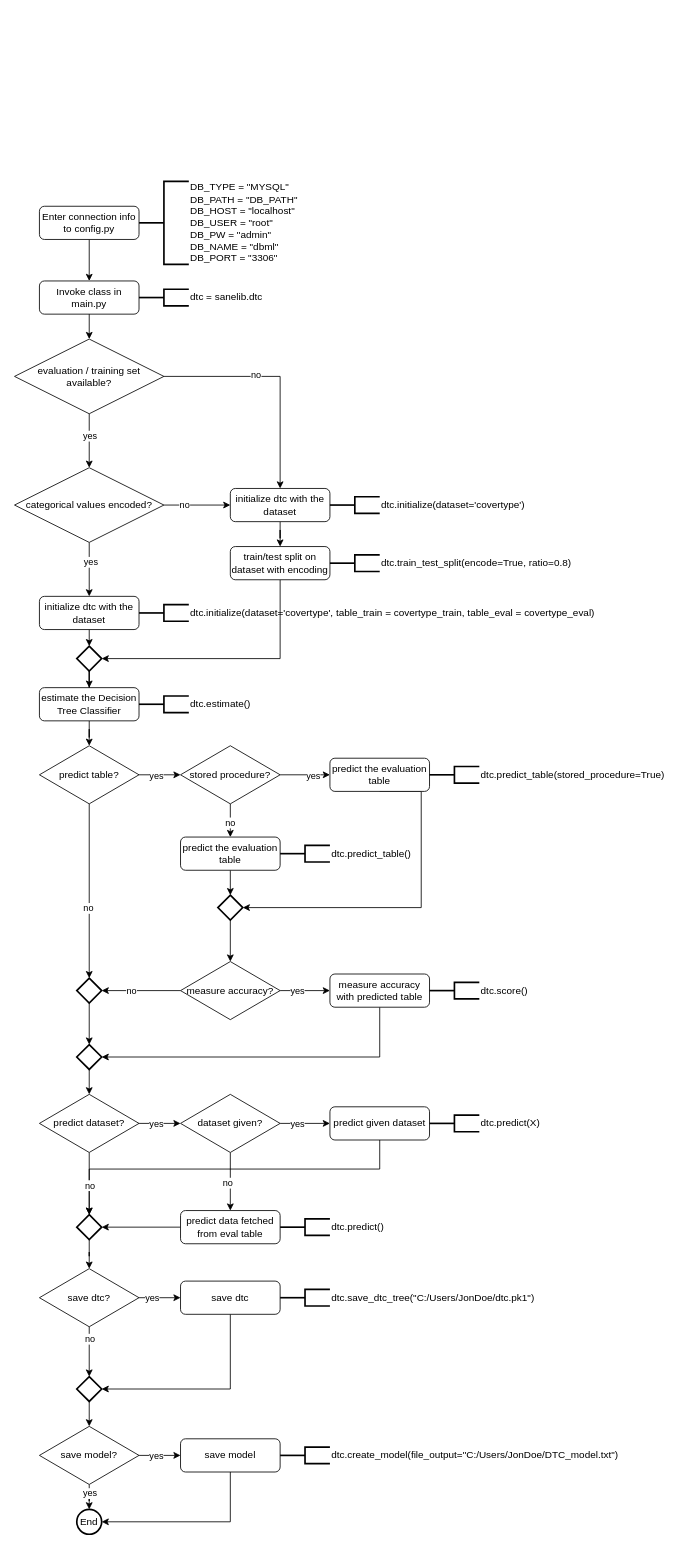
becker-max/baa-structures keeps this draw.io diagram as flowchart_usage.drawio. Above is the earlier version. Source tidied: cells renumbered, new cells numbered last; positions are measured from the earlier drawing's top-left corner, leaving out a move shared by most shapes. Both pictures are drawn from the tidied source at 83%, with x=0, y=0 at pixel (14, 181).
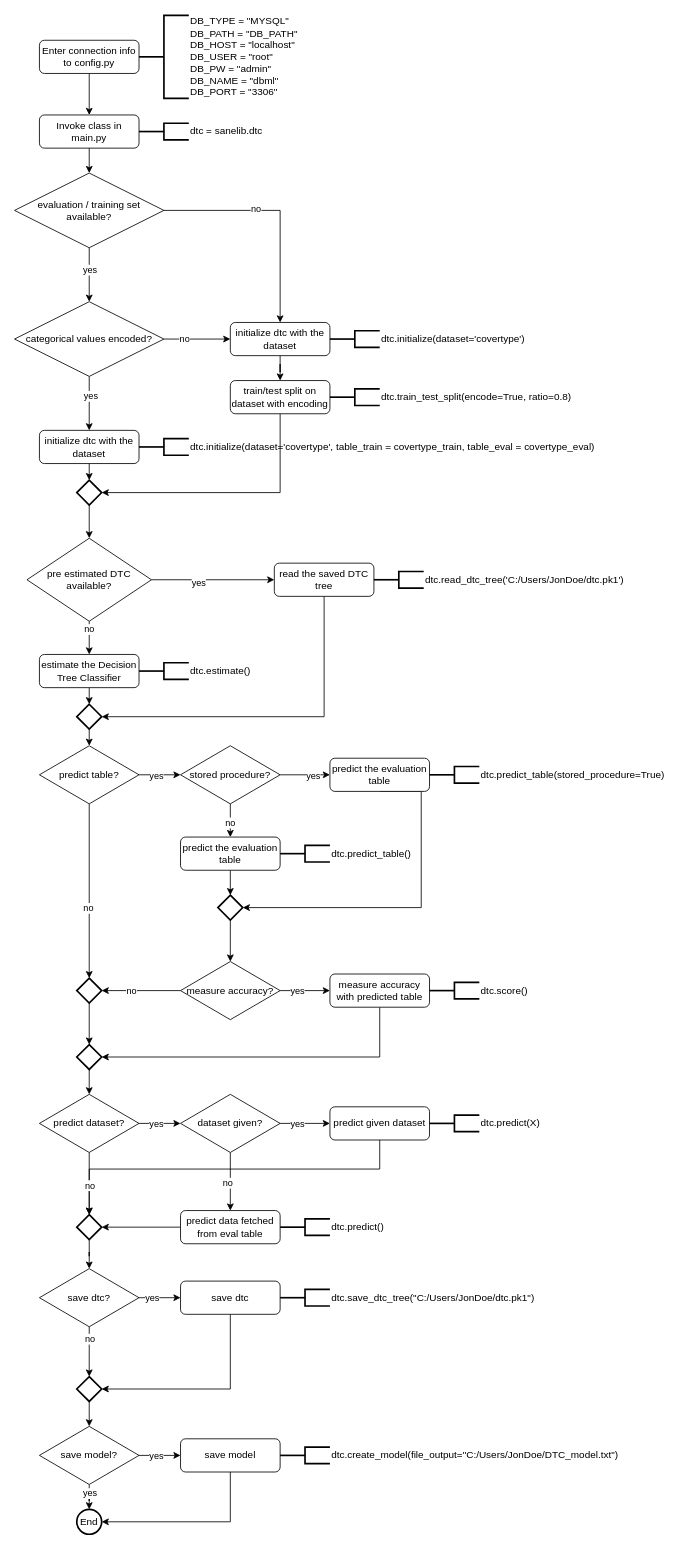
After the change.

Unchanged cells that the change refers to:
```xml
<mxCell id="38" value="predict table?" style="strokeWidth=1;html=1;shape=mxgraph.flowchart.decision;whiteSpace=wrap;rounded=1;shadow=0;glass=0;" parent="1" vertex="1">
  <mxGeometry x="30" y="680" width="120" height="70" as="geometry" />
</mxCell>
```

The edit, as a diff of the source:
```diff
@@
     <mxCell id="5" value="Enter connection info to config.py" style="rounded=1;whiteSpace=wrap;html=1;fontSize=12;glass=0;strokeWidth=1;shadow=0;" parent="1" vertex="1">
-      <mxGeometry x="30" y="30" width="120" height="40" as="geometry" />
+      <mxGeometry x="30" y="-170" width="120" height="40" as="geometry" />
     </mxCell>
     <mxCell id="6" value="Invoke class in main.py" style="rounded=1;whiteSpace=wrap;html=1;fontSize=12;glass=0;strokeWidth=1;shadow=0;" parent="1" vertex="1">
-      <mxGeometry x="30" y="120" width="120" height="40" as="geometry" />
+      <mxGeometry x="30" y="-80" width="120" height="40" as="geometry" />
     </mxCell>
     <mxCell id="7" value="dtc = sanelib.dtc" style="strokeWidth=2;html=1;shape=mxgraph.flowchart.annotation_2;align=left;labelPosition=right;" parent="1" vertex="1">
-      <mxGeometry x="150" y="130" width="60" height="20" as="geometry" />
+      <mxGeometry x="150" y="-70" width="60" height="20" as="geometry" />
     </mxCell>
     <mxCell id="8" value="DB_TYPE = &quot;MYSQL&quot;&lt;br&gt;DB_PATH = &quot;DB_PATH&quot;&lt;br&gt;DB_HOST = &quot;localhost&quot;&lt;br&gt;DB_USER = &quot;root&quot;&lt;br&gt;DB_PW = &quot;admin&quot;&lt;br&gt;DB_NAME = &quot;dbml&quot;&lt;br&gt;DB_PORT = &quot;3306&quot;" style="strokeWidth=2;html=1;shape=mxgraph.flowchart.annotation_2;align=left;labelPosition=right;" parent="1" vertex="1">
-      <mxGeometry x="150" width="60" height="100" as="geometry" />
+      <mxGeometry x="150" y="-200" width="60" height="100" as="geometry" />
     </mxCell>
@@
     <mxCell id="11" value="train/test split on dataset with encoding" style="rounded=1;whiteSpace=wrap;html=1;fontSize=12;glass=0;strokeWidth=1;shadow=0;" parent="1" vertex="1">
-      <mxGeometry x="260" y="440" width="120" height="40" as="geometry" />
+      <mxGeometry x="260" y="240" width="120" height="40" as="geometry" />
     </mxCell>
     <mxCell id="12" value="dtc.train_test_split(encode=True, ratio=0.8)" style="strokeWidth=2;html=1;shape=mxgraph.flowchart.annotation_2;align=left;labelPosition=right;" parent="1" vertex="1">
-      <mxGeometry x="380" y="450" width="60" height="20" as="geometry" />
+      <mxGeometry x="380" y="250" width="60" height="20" as="geometry" />
     </mxCell>
@@
     <mxCell id="17" value="evaluation / training set available?" style="strokeWidth=1;html=1;shape=mxgraph.flowchart.decision;whiteSpace=wrap;rounded=1;shadow=0;glass=0;" parent="1" vertex="1">
-      <mxGeometry y="190" width="180" height="90" as="geometry" />
+      <mxGeometry y="-10" width="180" height="90" as="geometry" />
     </mxCell>
@@
     <mxCell id="22" value="categorical values encoded?" style="strokeWidth=1;html=1;shape=mxgraph.flowchart.decision;whiteSpace=wrap;rounded=1;shadow=0;glass=0;" parent="1" vertex="1">
-      <mxGeometry y="345" width="180" height="90" as="geometry" />
+      <mxGeometry y="145" width="180" height="90" as="geometry" />
     </mxCell>
@@
     <mxCell id="24" value="initialize dtc with the dataset" style="rounded=1;whiteSpace=wrap;html=1;fontSize=12;glass=0;strokeWidth=1;shadow=0;" parent="1" vertex="1">
-      <mxGeometry x="260" y="370" width="120" height="40" as="geometry" />
+      <mxGeometry x="260" y="170" width="120" height="40" as="geometry" />
     </mxCell>
     <mxCell id="25" value="dtc.initialize(dataset='covertype')" style="strokeWidth=2;html=1;shape=mxgraph.flowchart.annotation_2;align=left;labelPosition=right;" parent="1" vertex="1">
-      <mxGeometry x="380" y="380" width="60" height="20" as="geometry" />
+      <mxGeometry x="380" y="180" width="60" height="20" as="geometry" />
     </mxCell>
@@
     <mxCell id="27" value="initialize dtc with the dataset" style="rounded=1;whiteSpace=wrap;html=1;fontSize=12;glass=0;strokeWidth=1;shadow=0;" parent="1" vertex="1">
-      <mxGeometry x="30" y="500" width="120" height="40" as="geometry" />
+      <mxGeometry x="30" y="300" width="120" height="40" as="geometry" />
     </mxCell>
-    <mxCell id="28" style="edgeStyle=orthogonalEdgeStyle;rounded=0;jettySize=auto;html=1;exitX=0.5;exitY=1;exitDx=0;exitDy=0;" parent="1" edge="1" source="29" target="38">
-      <mxGeometry relative="1" as="geometry" />
-    </mxCell>
+    <mxCell id="99" style="edgeStyle=orthogonalEdgeStyle;rounded=0;jettySize=auto;html=1;exitX=0.5;exitY=1;exitDx=0;exitDy=0;entryX=0.5;entryY=0;entryDx=0;entryDy=0;entryPerimeter=0;" parent="1" edge="1" source="29" target="107">
+      <mxGeometry relative="1" as="geometry" />
+    </mxCell>
     <mxCell id="29" value="&lt;div&gt;estimate the Decision Tree Classifier&lt;br&gt;&lt;/div&gt;" style="rounded=1;whiteSpace=wrap;html=1;fontSize=12;glass=0;strokeWidth=1;shadow=0;" parent="1" vertex="1">
-      <mxGeometry x="30" y="610" width="120" height="40" as="geometry" />
+      <mxGeometry x="30" y="570" width="120" height="40" as="geometry" />
     </mxCell>
     <mxCell id="30" value="dtc.estimate()" style="strokeWidth=2;html=1;shape=mxgraph.flowchart.annotation_2;align=left;labelPosition=right;" parent="1" vertex="1">
-      <mxGeometry x="150" y="620" width="60" height="20" as="geometry" />
+      <mxGeometry x="150" y="580" width="60" height="20" as="geometry" />
     </mxCell>
     <mxCell id="31" value="dtc.initialize(dataset='covertype', table_train = covertype_train, table_eval = covertype_eval)" style="strokeWidth=2;html=1;shape=mxgraph.flowchart.annotation_2;align=left;labelPosition=right;" parent="1" vertex="1">
-      <mxGeometry x="150" y="510" width="60" height="20" as="geometry" />
+      <mxGeometry x="150" y="310" width="60" height="20" as="geometry" />
     </mxCell>
-    <mxCell id="32" style="edgeStyle=orthogonalEdgeStyle;rounded=0;jettySize=auto;html=1;exitX=0.5;exitY=1;exitDx=0;exitDy=0;exitPerimeter=0;" parent="1" edge="1" source="33" target="29">
-      <mxGeometry relative="1" as="geometry" />
-    </mxCell>
+    <mxCell id="100" style="edgeStyle=orthogonalEdgeStyle;rounded=0;jettySize=auto;html=1;exitX=0.5;exitY=1;exitDx=0;exitDy=0;exitPerimeter=0;" parent="1" edge="1" source="33" target="105">
+      <mxGeometry relative="1" as="geometry" />
+    </mxCell>
     <mxCell id="33" style="strokeWidth=2;html=1;shape=mxgraph.flowchart.decision;whiteSpace=wrap;" parent="1" vertex="1">
-      <mxGeometry x="75" y="560" width="30" height="30" as="geometry" />
+      <mxGeometry x="75" y="360" width="30" height="30" as="geometry" />
     </mxCell>
@@
+    <mxCell id="101" style="edgeStyle=orthogonalEdgeStyle;rounded=0;jettySize=auto;html=1;exitX=0.5;exitY=1;exitDx=0;exitDy=0;exitPerimeter=0;entryX=0.5;entryY=0;entryDx=0;entryDy=0;" parent="1" edge="1" source="105" target="29">
+      <mxGeometry relative="1" as="geometry" />
+    </mxCell>
+    <mxCell id="102" value="no" style="edgeLabel;html=1;align=center;verticalAlign=middle;" parent="101" vertex="1">
+      <mxGeometry x="-0.57" y="-1" relative="1" as="geometry" />
+    </mxCell>
+    <mxCell id="103" style="edgeStyle=orthogonalEdgeStyle;rounded=0;jettySize=auto;html=1;exitX=1;exitY=0.5;exitDx=0;exitDy=0;exitPerimeter=0;" parent="1" edge="1" source="105" target="109">
+      <mxGeometry relative="1" as="geometry" />
+    </mxCell>
+    <mxCell id="104" value="yes" style="edgeLabel;html=1;align=center;verticalAlign=middle;" parent="103" vertex="1">
+      <mxGeometry x="-0.24" y="-3" relative="1" as="geometry" />
+    </mxCell>
+    <mxCell id="105" value="pre estimated DTC available?" style="strokeWidth=1;html=1;shape=mxgraph.flowchart.decision;whiteSpace=wrap;rounded=1;shadow=0;glass=0;" parent="1" vertex="1">
+      <mxGeometry x="15" y="430" width="150" height="100" as="geometry" />
+    </mxCell>
+    <mxCell id="106" style="edgeStyle=orthogonalEdgeStyle;rounded=0;jettySize=auto;html=1;exitX=0.5;exitY=1;exitDx=0;exitDy=0;exitPerimeter=0;entryX=0.5;entryY=0;entryDx=0;entryDy=0;entryPerimeter=0;" parent="1" edge="1" source="107" target="38">
+      <mxGeometry relative="1" as="geometry" />
+    </mxCell>
+    <mxCell id="107" style="strokeWidth=2;html=1;shape=mxgraph.flowchart.decision;whiteSpace=wrap;" parent="1" vertex="1">
+      <mxGeometry x="75" y="630" width="30" height="30" as="geometry" />
+    </mxCell>
+    <mxCell id="108" style="edgeStyle=orthogonalEdgeStyle;rounded=0;jettySize=auto;html=1;exitX=0.5;exitY=1;exitDx=0;exitDy=0;entryX=1;entryY=0.5;entryDx=0;entryDy=0;entryPerimeter=0;" parent="1" edge="1" source="109" target="107">
+      <mxGeometry relative="1" as="geometry" />
+    </mxCell>
+    <mxCell id="109" value="read the saved DTC tree" style="rounded=1;whiteSpace=wrap;html=1;fontSize=12;glass=0;strokeWidth=1;shadow=0;" parent="1" vertex="1">
+      <mxGeometry x="313" y="460" width="120" height="40" as="geometry" />
+    </mxCell>
+    <mxCell id="110" value="dtc.read_dtc_tree('C:/Users/JonDoe/dtc.pk1')" style="strokeWidth=2;html=1;shape=mxgraph.flowchart.annotation_2;align=left;labelPosition=right;" parent="1" vertex="1">
+      <mxGeometry x="433" y="470" width="60" height="20" as="geometry" />
+    </mxCell>
```
